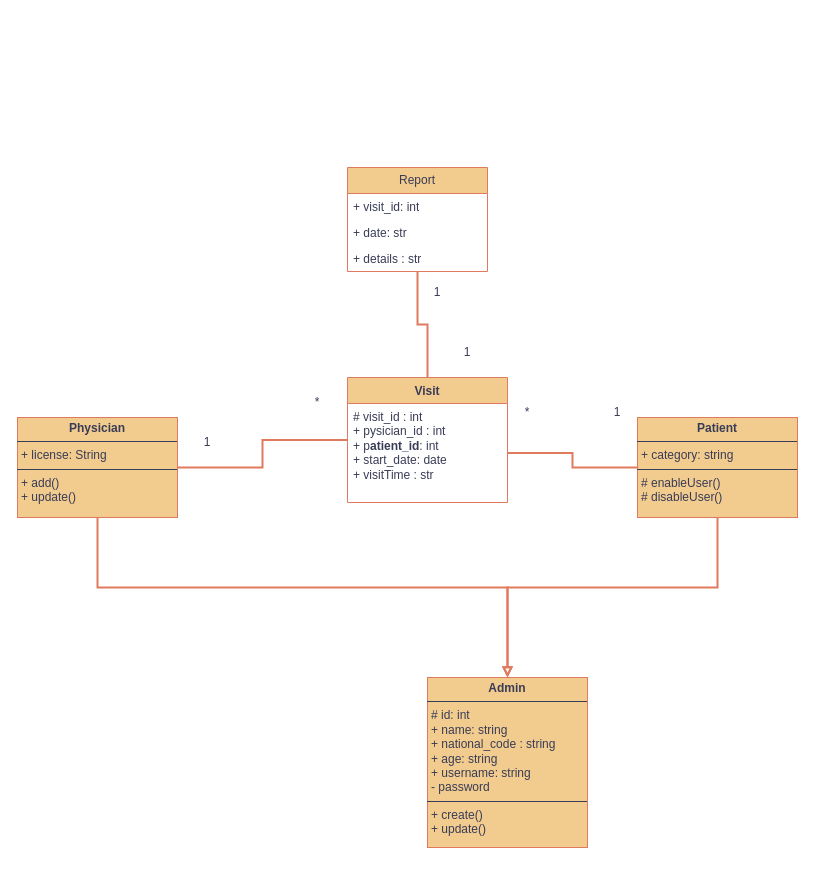
The draw.io diagram docs/hostpital_managment_System.drawio in MohammadHosein8998/hostpital_managment_System, before the edit. Source tidied: cells renumbered, new cells numbered last; positions are measured from the earlier drawing's top-left corner, leaving out a move shared by most shapes. Both pictures are drawn from the tidied source at 100%, with x=0, y=0 at pixel (17, 167).
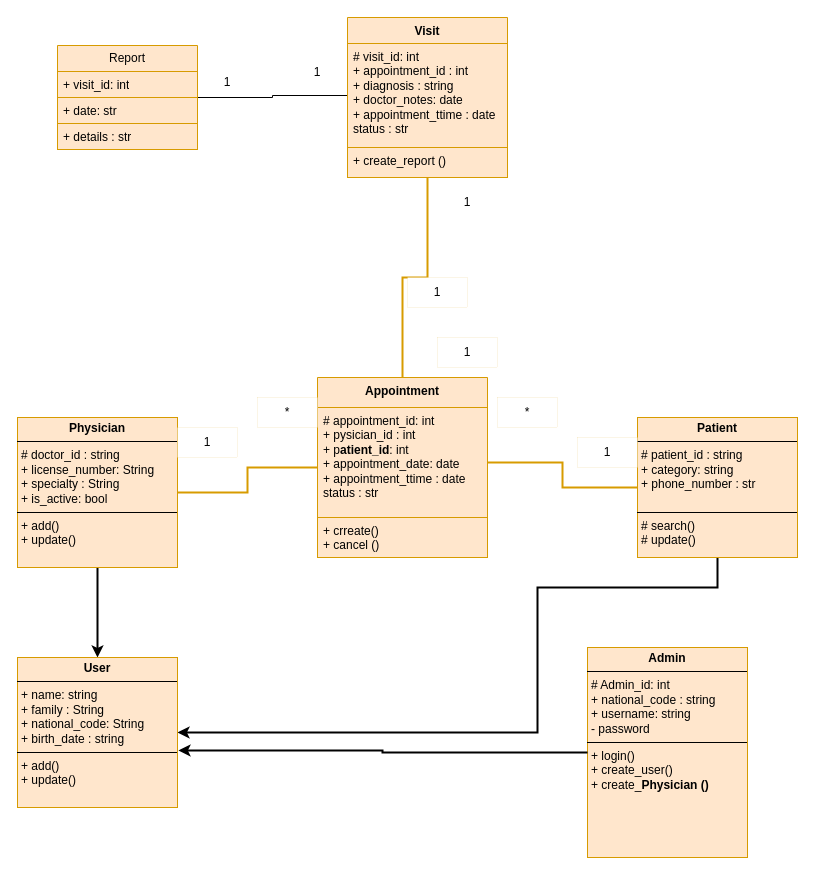
After the change.

Diff of the diagram source:
```diff
@@
-    <mxCell id="2" style="edgeStyle=orthogonalEdgeStyle;rounded=0;jettySize=auto;html=1;strokeWidth=2;endArrow=block;endFill=0;labelBackgroundColor=none;fontColor=default;strokeColor=#E07A5F;" parent="1" edge="1" source="4" target="8">
-      <mxGeometry x="0.23" relative="1" as="geometry">
-        <Array as="points">
-          <mxPoint x="80" y="420" />
-          <mxPoint x="490" y="420" />
-        </Array>
-      </mxGeometry>
-    </mxCell>
-    <mxCell id="3" style="edgeStyle=orthogonalEdgeStyle;rounded=0;jettySize=auto;html=1;entryX=0;entryY=0.5;entryDx=0;entryDy=0;endArrow=none;endFill=0;strokeWidth=2;labelBackgroundColor=none;fontColor=default;strokeColor=#E07A5F;" parent="1" edge="1" source="4" target="10">
+    <mxCell id="3" style="edgeStyle=orthogonalEdgeStyle;rounded=0;jettySize=auto;html=1;entryX=0;entryY=0.5;entryDx=0;entryDy=0;endArrow=none;endFill=0;strokeWidth=2;labelBackgroundColor=none;fontColor=default;strokeColor=#d79b00;fillColor=#ffe6cc;" parent="1" edge="1" source="4" target="10">
       <mxGeometry relative="1" as="geometry" />
     </mxCell>
+    <mxCell id="22" style="edgeStyle=orthogonalEdgeStyle;rounded=0;jettySize=auto;html=1;entryX=0.5;entryY=0;entryDx=0;entryDy=0;strokeWidth=2;strokeColor=light-dark(#000000,#996500);" parent="1" edge="1" source="4" target="32">
+      <mxGeometry relative="1" as="geometry" />
+    </mxCell>
-    <mxCell id="4" value="&lt;p style=&quot;margin:0px;margin-top:4px;text-align:center;&quot;&gt;&lt;b&gt;Physician&lt;/b&gt;&lt;/p&gt;&lt;hr size=&quot;1&quot; style=&quot;border-style:solid;&quot;&gt;&lt;p style=&quot;margin:0px;margin-left:4px;&quot;&gt;+ license: String&lt;/p&gt;&lt;hr size=&quot;1&quot; style=&quot;border-style:solid;&quot;&gt;&lt;p style=&quot;margin:0px;margin-left:4px;&quot;&gt;+ add()&lt;/p&gt;&lt;p style=&quot;margin:0px;margin-left:4px;&quot;&gt;+ update()&lt;/p&gt;" style="verticalAlign=top;align=left;overflow=fill;html=1;whiteSpace=wrap;labelBackgroundColor=none;fillColor=#F2CC8F;strokeColor=#E07A5F;fontColor=#393C56;" parent="1" vertex="1">
-      <mxGeometry y="250" width="160" height="100" as="geometry" />
+    <mxCell id="4" value="&lt;p style=&quot;margin:0px;margin-top:4px;text-align:center;&quot;&gt;&lt;b&gt;Physician&lt;/b&gt;&lt;/p&gt;&lt;hr size=&quot;1&quot; style=&quot;border-style:solid;&quot;&gt;&lt;p style=&quot;margin:0px;margin-left:4px;&quot;&gt;# doctor_id : string&lt;/p&gt;&lt;p style=&quot;margin:0px;margin-left:4px;&quot;&gt;+ license_number: String&lt;/p&gt;&lt;p style=&quot;margin:0px;margin-left:4px;&quot;&gt;+&amp;nbsp;specialty : String&lt;/p&gt;&lt;p style=&quot;margin:0px;margin-left:4px;&quot;&gt;+&amp;nbsp;is_active: bool&lt;/p&gt;&lt;hr size=&quot;1&quot; style=&quot;border-style:solid;&quot;&gt;&lt;p style=&quot;margin:0px;margin-left:4px;&quot;&gt;+ add()&lt;/p&gt;&lt;p style=&quot;margin:0px;margin-left:4px;&quot;&gt;+ update()&lt;/p&gt;" style="verticalAlign=top;align=left;overflow=fill;html=1;whiteSpace=wrap;labelBackgroundColor=none;fillColor=#ffe6cc;strokeColor=#d79b00;" parent="1" vertex="1">
+      <mxGeometry y="250" width="160" height="150" as="geometry" />
     </mxCell>
-    <mxCell id="5" style="edgeStyle=orthogonalEdgeStyle;rounded=0;jettySize=auto;html=1;entryX=0.5;entryY=0;entryDx=0;entryDy=0;endArrow=block;endFill=0;strokeWidth=2;labelBackgroundColor=none;fontColor=default;strokeColor=#E07A5F;" parent="1" edge="1" source="7" target="8">
-      <mxGeometry x="-0.34" relative="1" as="geometry">
-        <Array as="points">
-          <mxPoint x="700" y="420" />
-          <mxPoint x="490" y="420" />
-        </Array>
-      </mxGeometry>
-    </mxCell>
-    <mxCell id="6" style="edgeStyle=orthogonalEdgeStyle;rounded=0;jettySize=auto;html=1;strokeWidth=2;endArrow=none;endFill=0;labelBackgroundColor=none;fontColor=default;strokeColor=#E07A5F;" parent="1" edge="1" source="7" target="11">
+    <mxCell id="6" style="edgeStyle=orthogonalEdgeStyle;rounded=0;jettySize=auto;html=1;strokeWidth=2;endArrow=none;endFill=0;labelBackgroundColor=none;fontColor=default;strokeColor=#d79b00;fillColor=#ffe6cc;" parent="1" edge="1" source="7" target="11">
       <mxGeometry relative="1" as="geometry" />
     </mxCell>
+    <mxCell id="23" style="edgeStyle=orthogonalEdgeStyle;rounded=0;jettySize=auto;html=1;entryX=1;entryY=0.5;entryDx=0;entryDy=0;strokeWidth=2;strokeColor=light-dark(#000000,#996500);" parent="1" edge="1" source="7" target="32">
+      <mxGeometry x="0.02" relative="1" as="geometry">
+        <Array as="points">
+          <mxPoint x="700" y="420" />
+          <mxPoint x="520" y="420" />
+          <mxPoint x="520" y="565" />
+        </Array>
+      </mxGeometry>
+    </mxCell>
-    <mxCell id="7" value="&lt;p style=&quot;margin:0px;margin-top:4px;text-align:center;&quot;&gt;&lt;b&gt;Patient&lt;/b&gt;&lt;/p&gt;&lt;hr size=&quot;1&quot; style=&quot;border-style:solid;&quot;&gt;&lt;p style=&quot;margin:0px;margin-left:4px;&quot;&gt;+ category: string&lt;/p&gt;&lt;hr size=&quot;1&quot; style=&quot;border-style:solid;&quot;&gt;&lt;p style=&quot;margin:0px;margin-left:4px;&quot;&gt;# enableUser()&lt;/p&gt;&lt;p style=&quot;margin:0px;margin-left:4px;&quot;&gt;# disableUser()&lt;/p&gt;" style="verticalAlign=top;align=left;overflow=fill;html=1;whiteSpace=wrap;labelBackgroundColor=none;fillColor=#F2CC8F;strokeColor=#E07A5F;fontColor=#393C56;" parent="1" vertex="1">
-      <mxGeometry x="620" y="250" width="160" height="100" as="geometry" />
+    <mxCell id="7" value="&lt;p style=&quot;margin:0px;margin-top:4px;text-align:center;&quot;&gt;&lt;b&gt;Patient&lt;/b&gt;&lt;/p&gt;&lt;hr size=&quot;1&quot; style=&quot;border-style:solid;&quot;&gt;&lt;p style=&quot;margin:0px;margin-left:4px;&quot;&gt;# patient_id : string&lt;/p&gt;&lt;p style=&quot;margin:0px;margin-left:4px;&quot;&gt;+ category: string&lt;/p&gt;&lt;p style=&quot;margin:0px;margin-left:4px;&quot;&gt;+ phone_number : str&lt;/p&gt;&lt;p style=&quot;margin:0px;margin-left:4px;&quot;&gt;&lt;br&gt;&lt;/p&gt;&lt;hr size=&quot;1&quot; style=&quot;border-style:solid;&quot;&gt;&lt;p style=&quot;margin:0px;margin-left:4px;&quot;&gt;# search()&lt;/p&gt;&lt;p style=&quot;margin:0px;margin-left:4px;&quot;&gt;# update()&lt;/p&gt;" style="verticalAlign=top;align=left;overflow=fill;html=1;whiteSpace=wrap;labelBackgroundColor=none;fillColor=#ffe6cc;strokeColor=#d79b00;" parent="1" vertex="1">
+      <mxGeometry x="620" y="250" width="160" height="140" as="geometry" />
     </mxCell>
-    <mxCell id="8" value="&lt;p style=&quot;margin:0px;margin-top:4px;text-align:center;&quot;&gt;&lt;b&gt;Admin&lt;/b&gt;&lt;/p&gt;&lt;hr size=&quot;1&quot; style=&quot;border-style:solid;&quot;&gt;&lt;p style=&quot;margin:0px;margin-left:4px;&quot;&gt;# id: int&lt;/p&gt;&lt;p style=&quot;margin:0px;margin-left:4px;&quot;&gt;+ name: string&lt;/p&gt;&lt;p style=&quot;margin:0px;margin-left:4px;&quot;&gt;+ national_code : string&lt;/p&gt;&lt;p style=&quot;margin:0px;margin-left:4px;&quot;&gt;+ age: string&lt;/p&gt;&lt;p style=&quot;margin:0px;margin-left:4px;&quot;&gt;+ username: string&lt;/p&gt;&lt;p style=&quot;margin:0px;margin-left:4px;&quot;&gt;- password&lt;/p&gt;&lt;hr size=&quot;1&quot; style=&quot;border-style:solid;&quot;&gt;&lt;p style=&quot;margin:0px;margin-left:4px;&quot;&gt;+ create()&lt;/p&gt;&lt;p style=&quot;margin:0px;margin-left:4px;&quot;&gt;+ update()&lt;/p&gt;" style="verticalAlign=top;align=left;overflow=fill;html=1;whiteSpace=wrap;labelBackgroundColor=none;fillColor=#F2CC8F;strokeColor=#E07A5F;fontColor=#393C56;" parent="1" vertex="1">
-      <mxGeometry x="410" y="510" width="160" height="170" as="geometry" />
+    <mxCell id="8" value="&lt;p style=&quot;margin:0px;margin-top:4px;text-align:center;&quot;&gt;&lt;b&gt;Admin&lt;/b&gt;&lt;/p&gt;&lt;hr size=&quot;1&quot; style=&quot;border-style:solid;&quot;&gt;&lt;p style=&quot;margin:0px;margin-left:4px;&quot;&gt;# Admin_id: int&lt;/p&gt;&lt;p style=&quot;margin:0px;margin-left:4px;&quot;&gt;+ national_code : string&lt;/p&gt;&lt;p style=&quot;margin:0px;margin-left:4px;&quot;&gt;+ username: string&lt;/p&gt;&lt;p style=&quot;margin:0px;margin-left:4px;&quot;&gt;- password&lt;/p&gt;&lt;hr size=&quot;1&quot; style=&quot;border-style:solid;&quot;&gt;&lt;p style=&quot;margin:0px;margin-left:4px;&quot;&gt;+ login()&lt;/p&gt;&lt;p style=&quot;margin:0px;margin-left:4px;&quot;&gt;+ create_user()&lt;/p&gt;&lt;p style=&quot;margin:0px;margin-left:4px;&quot;&gt;+ create_&lt;b style=&quot;background-color: transparent; color: light-dark(rgb(0, 0, 0), rgb(255, 255, 255)); text-align: center;&quot;&gt;Physician ()&lt;/b&gt;&lt;/p&gt;&lt;p style=&quot;text-align: center; margin: 0px 0px 0px 4px;&quot;&gt;&lt;br&gt;&lt;/p&gt;" style="verticalAlign=top;align=left;overflow=fill;html=1;whiteSpace=wrap;labelBackgroundColor=none;fillColor=#ffe6cc;strokeColor=#d79b00;" parent="1" vertex="1">
+      <mxGeometry x="570" y="480" width="160" height="210" as="geometry" />
     </mxCell>
-    <mxCell id="9" style="rounded=0;jettySize=auto;html=1;entryX=0.5;entryY=1;entryDx=0;entryDy=0;strokeColor=#E07A5F;fontColor=#393C56;fillColor=#F2CC8F;strokeWidth=2;edgeStyle=orthogonalEdgeStyle;endArrow=none;endFill=0;" parent="1" edge="1" source="10" target="12">
+    <mxCell id="9" style="rounded=0;jettySize=auto;html=1;entryX=0.5;entryY=1;entryDx=0;entryDy=0;strokeColor=#d79b00;fontColor=default;fillColor=#ffe6cc;strokeWidth=2;edgeStyle=orthogonalEdgeStyle;endArrow=none;endFill=0;" parent="1" edge="1" source="10" target="26">
       <mxGeometry relative="1" as="geometry" />
     </mxCell>
-    <mxCell id="10" value="Visit" style="swimlane;fontStyle=1;align=center;verticalAlign=top;horizontal=1;startSize=26;whiteSpace=wrap;html=1;labelBackgroundColor=none;fillColor=#F2CC8F;strokeColor=#E07A5F;fontColor=#393C56;" parent="1" vertex="1">
-      <mxGeometry x="330" y="210" width="160" height="125" as="geometry" />
+    <mxCell id="10" value="Appointment" style="swimlane;fontStyle=1;align=center;verticalAlign=top;horizontal=1;startSize=30;whiteSpace=wrap;html=1;labelBackgroundColor=none;fillColor=#ffe6cc;strokeColor=#d79b00;" parent="1" vertex="1">
+      <mxGeometry x="300" y="210" width="170" height="180" as="geometry" />
     </mxCell>
-    <mxCell id="11" value="&lt;div&gt;# visit_id : int&lt;/div&gt;&lt;div&gt;+ pysician_id : int&lt;/div&gt;&lt;div&gt;+ p&lt;b style=&quot;text-align: center;&quot;&gt;atient_id&lt;/b&gt;: int&lt;/div&gt;+ start_date: date&lt;div&gt;+ visitTime : str&lt;/div&gt;" style="text;strokeColor=none;fillColor=none;align=left;verticalAlign=top;spacingLeft=4;spacingRight=4;overflow=hidden;points=[[0,0.5],[1,0.5]];portConstraint=eastwest;whiteSpace=wrap;html=1;labelBackgroundColor=none;fontColor=#393C56;" parent="10" vertex="1">
-      <mxGeometry y="26" width="160" height="99" as="geometry" />
+    <mxCell id="11" value="&lt;div&gt;# appointment_id: int&lt;/div&gt;&lt;div&gt;+ pysician_id : int&lt;/div&gt;&lt;div&gt;+ p&lt;b style=&quot;text-align: center;&quot;&gt;atient_id&lt;/b&gt;: int&lt;/div&gt;+ appointment_date: date&lt;div&gt;+ appointment_ttime&amp;nbsp;: date&lt;/div&gt;&lt;div&gt;status : str&lt;/div&gt;" style="text;strokeColor=#d79b00;fillColor=#ffe6cc;align=left;verticalAlign=top;spacingLeft=4;spacingRight=4;overflow=hidden;points=[[0,0.5],[1,0.5]];portConstraint=eastwest;whiteSpace=wrap;html=1;labelBackgroundColor=none;" parent="10" vertex="1">
+      <mxGeometry y="30" width="170" height="110" as="geometry" />
     </mxCell>
+    <mxCell id="24" value="+ crreate()&lt;div&gt;+ cancel ()&lt;/div&gt;" style="text;strokeColor=#d79b00;fillColor=#ffe6cc;align=left;verticalAlign=top;spacingLeft=4;spacingRight=4;overflow=hidden;whiteSpace=wrap;html=1;labelBackgroundColor=none;" parent="10" vertex="1">
+      <mxGeometry y="140" width="170" height="40" as="geometry" />
+    </mxCell>
+    <mxCell id="25" style="edgeStyle=orthogonalEdgeStyle;rounded=0;jettySize=auto;html=1;entryX=0;entryY=0.5;entryDx=0;entryDy=0;endArrow=none;endFill=0;" parent="1" edge="1" source="12" target="27">
+      <mxGeometry relative="1" as="geometry" />
+    </mxCell>
-    <mxCell id="12" value="Report" style="swimlane;fontStyle=0;horizontal=1;startSize=26;fillColor=#F2CC8F;whiteSpace=wrap;html=1;strokeColor=#E07A5F;fontColor=#393C56;labelBackgroundColor=none;swimlaneFillColor=none;" parent="1" vertex="1">
-      <mxGeometry x="330" width="140" height="104" as="geometry" />
+    <mxCell id="12" value="Report" style="swimlane;fontStyle=0;horizontal=1;startSize=26;fillColor=#ffe6cc;whiteSpace=wrap;html=1;strokeColor=#d79b00;labelBackgroundColor=none;swimlaneFillColor=none;" parent="1" vertex="1">
+      <mxGeometry x="40" y="-122" width="140" height="104" as="geometry" />
     </mxCell>
-    <mxCell id="13" value="+ visit_id: int" style="text;strokeColor=none;fillColor=none;align=left;verticalAlign=top;spacingLeft=4;spacingRight=4;overflow=hidden;whiteSpace=wrap;html=1;fontColor=#393C56;labelBackgroundColor=none;" parent="12" vertex="1">
+    <mxCell id="13" value="+ visit_id: int" style="text;strokeColor=#d79b00;fillColor=#ffe6cc;align=left;verticalAlign=top;spacingLeft=4;spacingRight=4;overflow=hidden;whiteSpace=wrap;html=1;labelBackgroundColor=none;" parent="12" vertex="1">
       <mxGeometry y="26" width="140" height="26" as="geometry" />
     </mxCell>
-    <mxCell id="14" value="+ date: str" style="text;strokeColor=none;fillColor=none;align=left;verticalAlign=top;spacingLeft=4;spacingRight=4;overflow=hidden;whiteSpace=wrap;html=1;fontColor=#393C56;labelBackgroundColor=none;" parent="12" vertex="1">
+    <mxCell id="14" value="+ date: str" style="text;strokeColor=#d79b00;fillColor=#ffe6cc;align=left;verticalAlign=top;spacingLeft=4;spacingRight=4;overflow=hidden;whiteSpace=wrap;html=1;labelBackgroundColor=none;" parent="12" vertex="1">
       <mxGeometry y="52" width="140" height="26" as="geometry" />
     </mxCell>
-    <mxCell id="15" value="+ details : str" style="text;strokeColor=none;fillColor=none;align=left;verticalAlign=top;spacingLeft=4;spacingRight=4;overflow=hidden;whiteSpace=wrap;html=1;fontColor=#393C56;labelBackgroundColor=none;" parent="12" vertex="1">
+    <mxCell id="15" value="+ details : str" style="text;strokeColor=#d79b00;fillColor=#ffe6cc;align=left;verticalAlign=top;spacingLeft=4;spacingRight=4;overflow=hidden;whiteSpace=wrap;html=1;labelBackgroundColor=none;" parent="12" vertex="1">
       <mxGeometry y="78" width="140" height="26" as="geometry" />
     </mxCell>
-    <mxCell id="16" value="*" style="text;html=1;whiteSpace=wrap;strokeColor=none;fillColor=none;align=center;verticalAlign=middle;rounded=0;fontColor=#393C56;" parent="1" vertex="1">
-      <mxGeometry x="270" y="220" width="60" height="30" as="geometry" />
+    <mxCell id="16" value="*" style="text;html=1;whiteSpace=wrap;strokeColor=#d79b00;fillColor=light-dark(#FFFFFF,transparent);align=center;verticalAlign=middle;rounded=0;strokeWidth=0;" parent="1" vertex="1">
+      <mxGeometry x="240" y="230" width="60" height="30" as="geometry" />
     </mxCell>
-    <mxCell id="17" value="1" style="text;html=1;whiteSpace=wrap;strokeColor=none;fillColor=none;align=center;verticalAlign=middle;rounded=0;fontColor=#393C56;" parent="1" vertex="1">
+    <mxCell id="17" value="1" style="text;html=1;whiteSpace=wrap;strokeColor=#d79b00;fillColor=light-dark(#FFFFFF,transparent);align=center;verticalAlign=middle;rounded=0;strokeWidth=0;" parent="1" vertex="1">
       <mxGeometry x="160" y="260" width="60" height="30" as="geometry" />
     </mxCell>
-    <mxCell id="18" value="1" style="text;html=1;whiteSpace=wrap;strokeColor=none;fillColor=none;align=center;verticalAlign=middle;rounded=0;fontColor=#393C56;" parent="1" vertex="1">
-      <mxGeometry x="570" y="230" width="60" height="30" as="geometry" />
+    <mxCell id="18" value="1" style="text;html=1;whiteSpace=wrap;strokeColor=#d79b00;fillColor=light-dark(#FFFFFF,transparent);align=center;verticalAlign=middle;rounded=0;strokeWidth=0;" parent="1" vertex="1">
+      <mxGeometry x="560" y="270" width="60" height="30" as="geometry" />
     </mxCell>
-    <mxCell id="19" value="*" style="text;html=1;whiteSpace=wrap;strokeColor=none;fillColor=none;align=center;verticalAlign=middle;rounded=0;fontColor=#393C56;" parent="1" vertex="1">
+    <mxCell id="19" value="*" style="text;html=1;whiteSpace=wrap;strokeColor=#d79b00;fillColor=light-dark(#FFFFFF,transparent);align=center;verticalAlign=middle;rounded=0;strokeWidth=0;" parent="1" vertex="1">
       <mxGeometry x="480" y="230" width="60" height="30" as="geometry" />
     </mxCell>
-    <mxCell id="20" value="1" style="text;html=1;whiteSpace=wrap;strokeColor=none;fillColor=none;align=center;verticalAlign=middle;rounded=0;fontColor=#393C56;" parent="1" vertex="1">
+    <mxCell id="20" value="1" style="text;html=1;whiteSpace=wrap;strokeColor=#d79b00;fillColor=light-dark(#FFFFFF,transparent);align=center;verticalAlign=middle;rounded=0;strokeWidth=0;" parent="1" vertex="1">
       <mxGeometry x="390" y="110" width="60" height="30" as="geometry" />
     </mxCell>
-    <mxCell id="21" value="1" style="text;html=1;whiteSpace=wrap;strokeColor=none;fillColor=none;align=center;verticalAlign=middle;rounded=0;fontColor=#393C56;" parent="1" vertex="1">
+    <mxCell id="21" value="1" style="text;html=1;whiteSpace=wrap;strokeColor=#d79b00;fillColor=light-dark(#FFFFFF,transparent);align=center;verticalAlign=middle;rounded=0;strokeWidth=0;" parent="1" vertex="1">
       <mxGeometry x="420" y="170" width="60" height="30" as="geometry" />
     </mxCell>
+    <mxCell id="26" value="Visit" style="swimlane;fontStyle=1;align=center;verticalAlign=top;horizontal=1;startSize=26;whiteSpace=wrap;html=1;fillColor=#ffe6cc;strokeColor=#d79b00;swimlaneFillColor=default;" parent="1" vertex="1">
+      <mxGeometry x="330" y="-150" width="160" height="160" as="geometry" />
+    </mxCell>
+    <mxCell id="27" value="&lt;div&gt;&lt;span style=&quot;&quot;&gt;# visit_id: int&lt;/span&gt;&lt;/div&gt;&lt;div&gt;&lt;span style=&quot;&quot;&gt;+&amp;nbsp;appointment_id&amp;nbsp;: int&lt;/span&gt;&lt;/div&gt;&lt;div&gt;&lt;span style=&quot;&quot;&gt;+&amp;nbsp;diagnosis&amp;nbsp;: string&lt;/span&gt;&lt;/div&gt;&lt;span style=&quot;&quot;&gt;+ doctor_notes: date&lt;/span&gt;&lt;div&gt;&lt;span style=&quot;&quot;&gt;+ appointment_ttime : date&lt;/span&gt;&lt;/div&gt;&lt;div&gt;&lt;span style=&quot;&quot;&gt;status : str&lt;/span&gt;&lt;/div&gt;" style="text;strokeColor=#d79b00;fillColor=#ffe6cc;align=left;verticalAlign=top;spacingLeft=4;spacingRight=4;overflow=hidden;points=[[0,0.5],[1,0.5]];portConstraint=eastwest;whiteSpace=wrap;html=1;" parent="26" vertex="1">
+      <mxGeometry y="26" width="160" height="104" as="geometry" />
+    </mxCell>
+    <mxCell id="28" value="+ create_report ()" style="text;strokeColor=#d79b00;fillColor=#ffe6cc;align=left;verticalAlign=top;spacingLeft=4;spacingRight=4;overflow=hidden;whiteSpace=wrap;html=1;" parent="26" vertex="1">
+      <mxGeometry y="130" width="160" height="30" as="geometry" />
+    </mxCell>
+    <mxCell id="29" value="1" style="text;html=1;whiteSpace=wrap;strokeColor=none;fillColor=none;align=center;verticalAlign=middle;rounded=0;" parent="1" vertex="1">
+      <mxGeometry x="180" y="-100" width="60" height="30" as="geometry" />
+    </mxCell>
+    <mxCell id="30" value="1" style="text;html=1;whiteSpace=wrap;strokeColor=none;fillColor=none;align=center;verticalAlign=middle;rounded=0;" parent="1" vertex="1">
+      <mxGeometry x="270" y="-110" width="60" height="30" as="geometry" />
+    </mxCell>
+    <mxCell id="31" value="1" style="text;html=1;whiteSpace=wrap;strokeColor=none;fillColor=none;align=center;verticalAlign=middle;rounded=0;" parent="1" vertex="1">
+      <mxGeometry x="420" y="20" width="60" height="30" as="geometry" />
+    </mxCell>
+    <mxCell id="32" value="&lt;p style=&quot;margin:0px;margin-top:4px;text-align:center;&quot;&gt;&lt;b&gt;User&lt;/b&gt;&lt;/p&gt;&lt;hr size=&quot;1&quot; style=&quot;border-style:solid;&quot;&gt;&lt;p style=&quot;margin:0px;margin-left:4px;&quot;&gt;+ name: string&lt;/p&gt;&lt;p style=&quot;margin:0px;margin-left:4px;&quot;&gt;+ family : String&lt;/p&gt;&lt;p style=&quot;margin:0px;margin-left:4px;&quot;&gt;+&amp;nbsp;national_code: String&lt;/p&gt;&lt;p style=&quot;margin:0px;margin-left:4px;&quot;&gt;+ birth_date : string&lt;/p&gt;&lt;hr size=&quot;1&quot; style=&quot;border-style:solid;&quot;&gt;&lt;p style=&quot;margin:0px;margin-left:4px;&quot;&gt;+ add()&lt;/p&gt;&lt;p style=&quot;margin:0px;margin-left:4px;&quot;&gt;+ update()&lt;/p&gt;" style="verticalAlign=top;align=left;overflow=fill;html=1;whiteSpace=wrap;labelBackgroundColor=none;fillColor=#ffe6cc;strokeColor=#d79b00;" parent="1" vertex="1">
+      <mxGeometry y="490" width="160" height="150" as="geometry" />
+    </mxCell>
+    <mxCell id="33" style="edgeStyle=orthogonalEdgeStyle;rounded=0;jettySize=auto;html=1;entryX=1.006;entryY=0.62;entryDx=0;entryDy=0;entryPerimeter=0;strokeWidth=2;strokeColor=light-dark(#000000,#996500);" parent="1" edge="1" source="8" target="32">
+      <mxGeometry relative="1" as="geometry" />
+    </mxCell>
```
